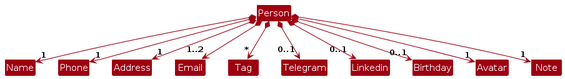
kokrui/tp keeps this PlantUML diagram as diagrams/PersonClassDiagram.png. Above is the earlier version. Its source is kept beside it as diagrams/PersonClassDiagram.puml.
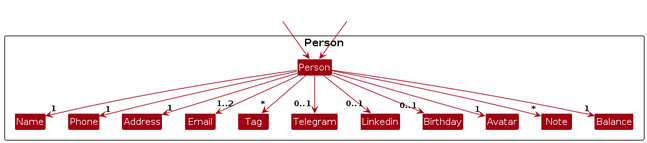
Above is the later version.

The edit, as a diff of the source:
```diff
@@ -4,6 +4,7 @@
 skinparam arrowColor MODEL_COLOR
 skinparam classBackgroundColor MODEL_COLOR
 
+Package Person as PersonPackage {
 Class Person
 Class Address
 Class Email
@@ -15,17 +16,25 @@
 Class Birthday
 Class Avatar
 Class Note
+Class Balance
+}
 
-Person *--> "1" Name
-Person *--> "1" Phone
-Person *--> "1..2" Email
-Person *--> "1" Address
-Person *--> "*" Tag
-Person *--> "0..1" Telegram
-Person *--> "0..1" Birthday
-Person *--> "0..1" Linkedin
-Person *--> "1" Avatar
-Person *--> "1" Note
+Class Hidden #FFFFFF
+Class HiddenOutside #FFFFFF
+Hidden --> Person
+HiddenOutside --> Person
+
+Person --> "1" Name
+Person --> "1" Phone
+Person --> "1..2" Email
+Person --> "1" Address
+Person --> "*" Tag
+Person --> "0..1" Telegram
+Person --> "0..1" Birthday
+Person --> "0..1" Linkedin
+Person --> "1" Avatar
+Person --> "*" Note
+Person --> "1" Balance
 
 Name -[hidden]right-> Phone
 Phone -[hidden]right-> Address
```
